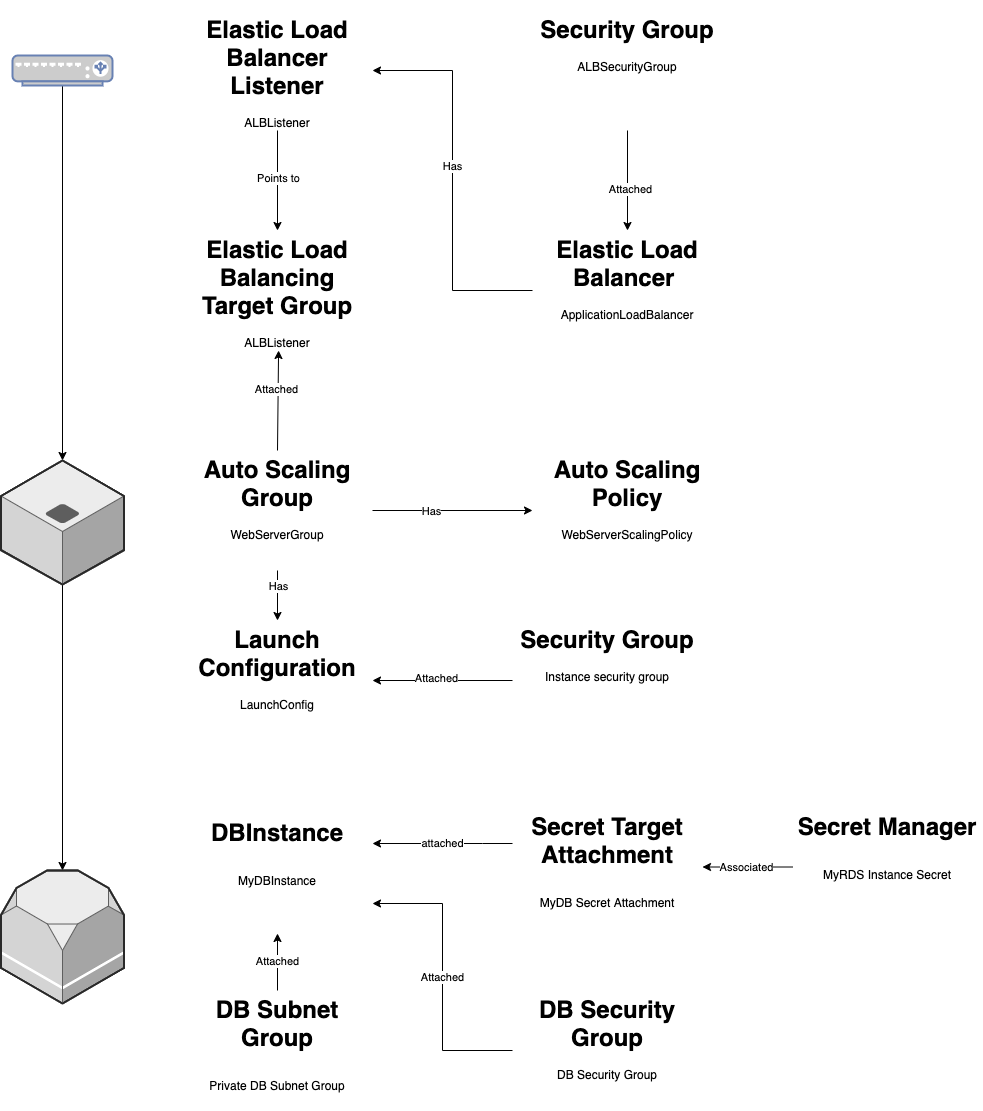
sebastianlzy/draw-io keeps this draw.io diagram as awesomebuilderIII -POC-Webserver Cloudformation.png. Above is the earlier version. Source tidied: cells renumbered, new cells last; positions are measured from the earlier drawing's top-left corner, leaving out a move shared by most shapes.
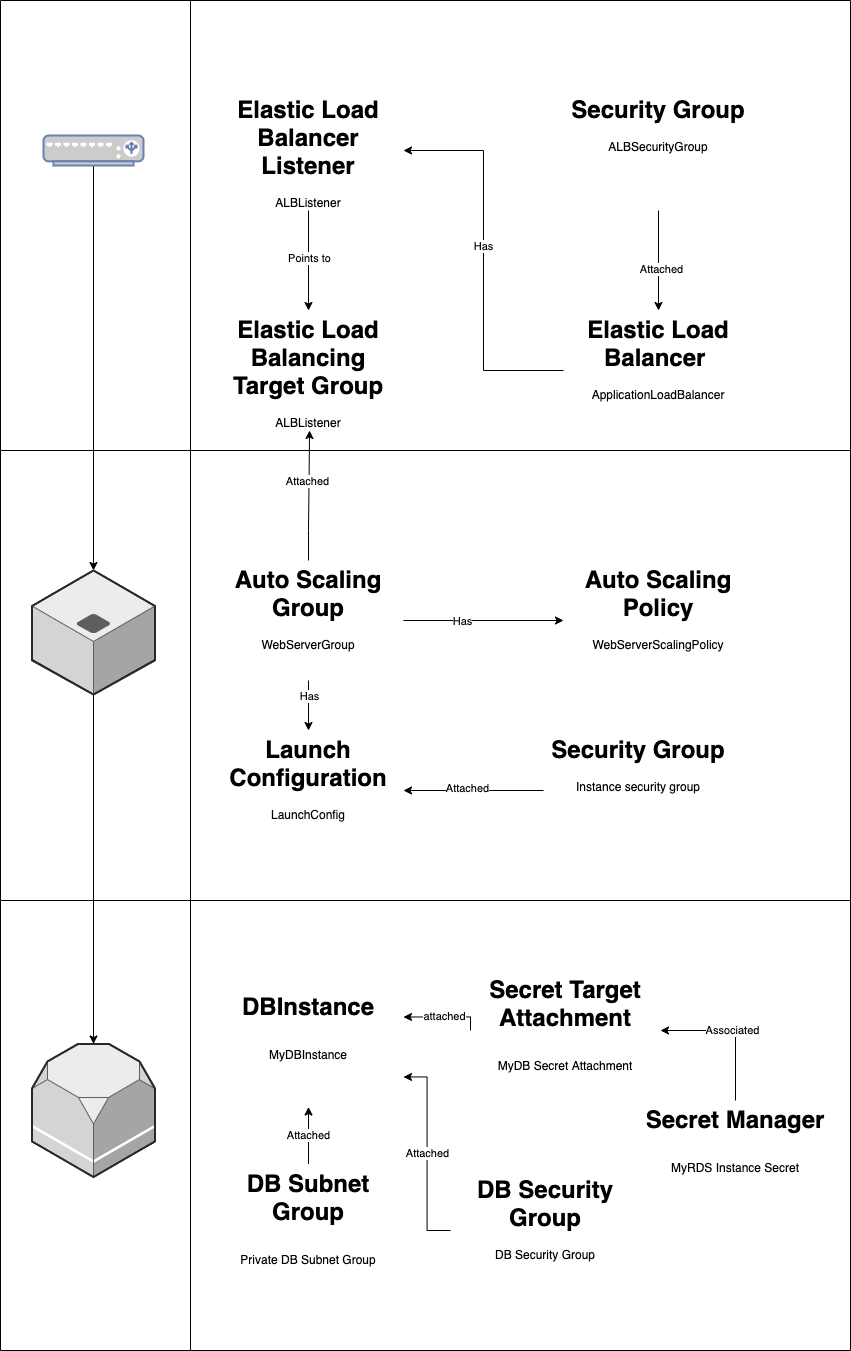
The same file after the commit.

The edit, as a diff of the source:
```diff
@@ -2,6 +2,27 @@
   <root>
     <mxCell id="0" />
     <mxCell id="1" parent="0" />
+    <mxCell id="38" style="swimlane;startSize=190;horizontal=0;" parent="1" vertex="1">
+      <mxGeometry x="-31" y="360" width="850" height="450" as="geometry" />
+    </mxCell>
+    <mxCell id="39" style="swimlane;startSize=190;horizontal=0;" parent="1" vertex="1">
+      <mxGeometry x="-31" y="810" width="850" height="450" as="geometry" />
+    </mxCell>
+    <mxCell id="36" value="&lt;h1&gt;&lt;span&gt;Secret Target Attachment&lt;/span&gt;&lt;/h1&gt;&lt;h1&gt;&lt;span style=&quot;font-size: 12px ; font-weight: 400&quot;&gt;MyDB Secret Attachment&lt;/span&gt;&lt;/h1&gt;" style="text;html=1;strokeColor=none;fillColor=none;spacing=5;spacingTop=-20;whiteSpace=wrap;overflow=hidden;rounded=0;align=center;" parent="39" vertex="1">
+      <mxGeometry x="470" y="70" width="190" height="120" as="geometry" />
+    </mxCell>
+    <mxCell id="34" value="&lt;h1&gt;DB Security Group&lt;/h1&gt;&lt;div&gt;DB Security Group&lt;/div&gt;" style="text;html=1;strokeColor=none;fillColor=none;spacing=5;spacingTop=-20;whiteSpace=wrap;overflow=hidden;rounded=0;align=center;" parent="39" vertex="1">
+      <mxGeometry x="450" y="270" width="190" height="120" as="geometry" />
+    </mxCell>
+    <mxCell id="30" value="&lt;h1&gt;Secret Manager&lt;/h1&gt;&lt;div&gt;&lt;h1&gt;&lt;span style=&quot;font-size: 12px ; font-weight: 400&quot;&gt;MyRDS Instance Secret&lt;/span&gt;&lt;/h1&gt;&lt;/div&gt;" style="text;html=1;strokeColor=none;fillColor=none;spacing=5;spacingTop=-20;whiteSpace=wrap;overflow=hidden;rounded=0;align=center;" parent="39" vertex="1">
+      <mxGeometry x="640" y="200" width="190" height="120" as="geometry" />
+    </mxCell>
+    <mxCell id="29" value="Associated" style="edgeStyle=orthogonalEdgeStyle;rounded=0;jettySize=auto;html=1;entryX=1;entryY=0.5;entryDx=0;entryDy=0;" parent="39" edge="1" source="30" target="36">
+      <mxGeometry relative="1" as="geometry" />
+    </mxCell>
+    <mxCell id="40" style="swimlane;startSize=190;horizontal=0;" parent="1" vertex="1">
+      <mxGeometry x="-31" y="-90" width="850" height="450" as="geometry" />
+    </mxCell>
     <mxCell id="2" style="edgeStyle=orthogonalEdgeStyle;rounded=0;jettySize=auto;html=1;entryX=1;entryY=0.5;entryDx=0;entryDy=0;align=center;" parent="1" edge="1" source="4" target="14">
       <mxGeometry relative="1" as="geometry" />
     </mxCell>
@@ -35,7 +56,7 @@
       <mxGeometry x="-0.27" relative="1" as="geometry" />
     </mxCell>
     <mxCell id="11" value="&lt;h1&gt;Auto Scaling Group&lt;/h1&gt;&lt;div&gt;WebServerGroup&lt;/div&gt;" style="text;html=1;strokeColor=none;fillColor=none;spacing=5;spacingTop=-20;whiteSpace=wrap;overflow=hidden;rounded=0;align=center;" parent="1" vertex="1">
-      <mxGeometry x="182" y="440" width="190" height="120" as="geometry" />
+      <mxGeometry x="182" y="470" width="190" height="120" as="geometry" />
     </mxCell>
     <mxCell id="12" style="edgeStyle=orthogonalEdgeStyle;rounded=0;jettySize=auto;html=1;entryX=0.5;entryY=0;entryDx=0;entryDy=0;align=center;" parent="1" edge="1" source="14" target="23">
       <mxGeometry relative="1" as="geometry" />
@@ -47,10 +68,10 @@
       <mxGeometry x="182" width="190" height="120" as="geometry" />
     </mxCell>
     <mxCell id="15" value="&lt;h1&gt;Auto Scaling Policy&lt;/h1&gt;&lt;div&gt;WebServerScalingPolicy&lt;/div&gt;" style="text;html=1;strokeColor=none;fillColor=none;spacing=5;spacingTop=-20;whiteSpace=wrap;overflow=hidden;rounded=0;align=center;" parent="1" vertex="1">
-      <mxGeometry x="532" y="440" width="190" height="120" as="geometry" />
+      <mxGeometry x="532" y="470" width="190" height="120" as="geometry" />
     </mxCell>
     <mxCell id="16" value="&lt;h1&gt;Launch Configuration&lt;/h1&gt;&lt;div&gt;LaunchConfig&lt;/div&gt;" style="text;html=1;strokeColor=none;fillColor=none;spacing=5;spacingTop=-20;whiteSpace=wrap;overflow=hidden;rounded=0;align=center;" parent="1" vertex="1">
-      <mxGeometry x="182" y="610" width="190" height="120" as="geometry" />
+      <mxGeometry x="182" y="640" width="190" height="120" as="geometry" />
     </mxCell>
     <mxCell id="17" style="edgeStyle=orthogonalEdgeStyle;rounded=0;jettySize=auto;html=1;align=center;" parent="1" edge="1" source="19" target="16">
       <mxGeometry relative="1" as="geometry" />
@@ -59,7 +80,7 @@
       <mxGeometry x="0.09" y="-3" relative="1" as="geometry" />
     </mxCell>
     <mxCell id="19" value="&lt;h1&gt;Security Group&lt;/h1&gt;&lt;div&gt;Instance security group&lt;/div&gt;" style="text;html=1;strokeColor=none;fillColor=none;spacing=5;spacingTop=-20;whiteSpace=wrap;overflow=hidden;rounded=0;align=center;" parent="1" vertex="1">
-      <mxGeometry x="512" y="610" width="190" height="120" as="geometry" />
+      <mxGeometry x="512" y="640" width="190" height="120" as="geometry" />
     </mxCell>
     <mxCell id="20" style="edgeStyle=orthogonalEdgeStyle;rounded=0;jettySize=auto;html=1;align=center;" parent="1" edge="1" source="22" target="4">
       <mxGeometry relative="1" as="geometry" />
@@ -83,42 +104,29 @@
       <mxGeometry relative="1" as="geometry" />
     </mxCell>
     <mxCell id="27" style="verticalLabelPosition=bottom;html=1;verticalAlign=top;strokeWidth=1;align=center;outlineConnect=0;dashed=0;outlineConnect=0;shape=mxgraph.aws3d.application_server;fillColor=#ECECEC;strokeColor=#5E5E5E;" parent="1" vertex="1">
-      <mxGeometry x="0.5" y="450" width="123" height="124" as="geometry" />
+      <mxGeometry x="0.5" y="480" width="123" height="124" as="geometry" />
     </mxCell>
     <mxCell id="28" style="verticalLabelPosition=bottom;html=1;verticalAlign=top;strokeWidth=1;align=center;outlineConnect=0;dashed=0;outlineConnect=0;shape=mxgraph.aws3d.rds;fillColor=#ECECEC;strokeColor=#5E5E5E;" parent="1" vertex="1">
-      <mxGeometry x="0.5" y="860" width="123" height="133" as="geometry" />
+      <mxGeometry x="0.5" y="953.5" width="123" height="133" as="geometry" />
     </mxCell>
-    <mxCell id="29" value="Associated" style="edgeStyle=orthogonalEdgeStyle;rounded=0;jettySize=auto;html=1;entryX=1;entryY=0.5;entryDx=0;entryDy=0;" parent="1" edge="1" source="30" target="36">
-      <mxGeometry relative="1" as="geometry" />
-    </mxCell>
-    <mxCell id="30" value="&lt;h1&gt;Secret Manager&lt;/h1&gt;&lt;div&gt;&lt;h1&gt;&lt;span style=&quot;font-size: 12px ; font-weight: 400&quot;&gt;MyRDS Instance Secret&lt;/span&gt;&lt;/h1&gt;&lt;/div&gt;" style="text;html=1;strokeColor=none;fillColor=none;spacing=5;spacingTop=-20;whiteSpace=wrap;overflow=hidden;rounded=0;align=center;" parent="1" vertex="1">
-      <mxGeometry x="792" y="796.5" width="190" height="120" as="geometry" />
-    </mxCell>
     <mxCell id="31" value="Attached" style="edgeStyle=orthogonalEdgeStyle;rounded=0;jettySize=auto;html=1;" parent="1" edge="1" source="32" target="37">
       <mxGeometry relative="1" as="geometry" />
     </mxCell>
     <mxCell id="32" value="&lt;h1&gt;&lt;span&gt;DB Subnet Group&lt;/span&gt;&lt;/h1&gt;&lt;h1&gt;&lt;span style=&quot;font-size: 12px ; font-weight: normal&quot;&gt;Private DB Subnet Group&lt;/span&gt;&lt;br&gt;&lt;/h1&gt;" style="text;html=1;strokeColor=none;fillColor=none;spacing=5;spacingTop=-20;whiteSpace=wrap;overflow=hidden;rounded=0;align=center;" parent="1" vertex="1">
-      <mxGeometry x="182" y="980" width="190" height="120" as="geometry" />
+      <mxGeometry x="182" y="1073.5" width="190" height="120" as="geometry" />
     </mxCell>
     <mxCell id="33" value="Attached" style="edgeStyle=orthogonalEdgeStyle;rounded=0;jettySize=auto;html=1;entryX=1;entryY=0.75;entryDx=0;entryDy=0;" parent="1" edge="1" source="34" target="37">
       <mxGeometry relative="1" as="geometry" />
     </mxCell>
-    <mxCell id="34" value="&lt;h1&gt;DB Security Group&lt;/h1&gt;&lt;div&gt;DB Security Group&lt;/div&gt;" style="text;html=1;strokeColor=none;fillColor=none;spacing=5;spacingTop=-20;whiteSpace=wrap;overflow=hidden;rounded=0;align=center;" parent="1" vertex="1">
-      <mxGeometry x="512" y="980" width="190" height="120" as="geometry" />
-    </mxCell>
-    <mxCell id="35" value="attached" style="edgeStyle=orthogonalEdgeStyle;rounded=0;jettySize=auto;html=1;entryX=1;entryY=0.25;entryDx=0;entryDy=0;" parent="1" edge="1" source="36" target="37">
+    <mxCell id="35" value="attached" style="edgeStyle=orthogonalEdgeStyle;rounded=0;jettySize=auto;html=1;entryX=1;entryY=0.25;entryDx=0;entryDy=0;exitX=0;exitY=0.5;exitDx=0;exitDy=0;" parent="1" edge="1" source="36" target="37">
       <mxGeometry relative="1" as="geometry">
         <Array as="points">
-          <mxPoint x="482" y="833" />
-          <mxPoint x="482" y="833" />
+          <mxPoint x="439" y="927" />
         </Array>
       </mxGeometry>
     </mxCell>
-    <mxCell id="36" value="&lt;h1&gt;&lt;span&gt;Secret Target Attachment&lt;/span&gt;&lt;/h1&gt;&lt;h1&gt;&lt;span style=&quot;font-size: 12px ; font-weight: 400&quot;&gt;MyDB Secret Attachment&lt;/span&gt;&lt;/h1&gt;" style="text;html=1;strokeColor=none;fillColor=none;spacing=5;spacingTop=-20;whiteSpace=wrap;overflow=hidden;rounded=0;align=center;" parent="1" vertex="1">
-      <mxGeometry x="512" y="796.5" width="190" height="120" as="geometry" />
-    </mxCell>
     <mxCell id="37" value="&lt;h1&gt;&lt;span&gt;DBInstance&lt;/span&gt;&lt;/h1&gt;&lt;h1&gt;&lt;span style=&quot;font-size: 12px ; font-weight: 400&quot;&gt;MyDBInstance&lt;/span&gt;&lt;/h1&gt;" style="text;html=1;strokeColor=none;fillColor=none;spacing=5;spacingTop=-20;whiteSpace=wrap;overflow=hidden;rounded=0;align=center;" parent="1" vertex="1">
-      <mxGeometry x="182" y="803" width="190" height="120" as="geometry" />
+      <mxGeometry x="182" y="896.5" width="190" height="120" as="geometry" />
     </mxCell>
   </root>
 </mxGraphModel>
```
